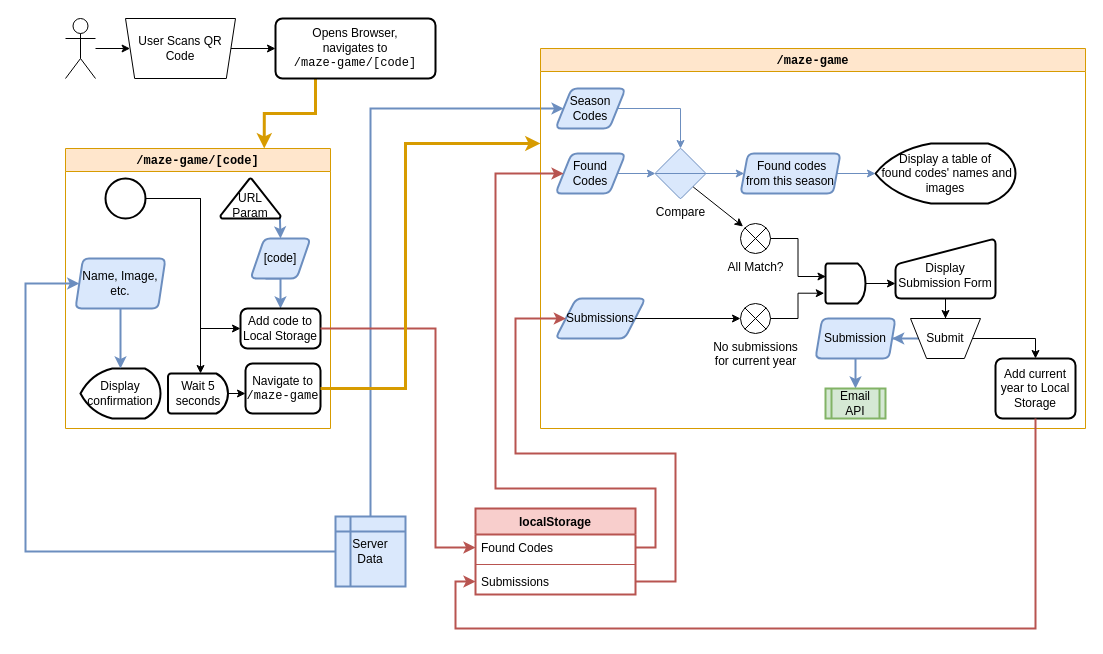
This is maze-game.drawio from macglencoe/diagrams, a draw.io file, before an edit. Source tidied: cells renumbered, new cells numbered last; positions are measured from the earlier drawing's top-left corner, leaving out a move shared by most shapes. Both pictures are drawn from the tidied source at 100%, with x=0, y=0 at pixel (25, 18).
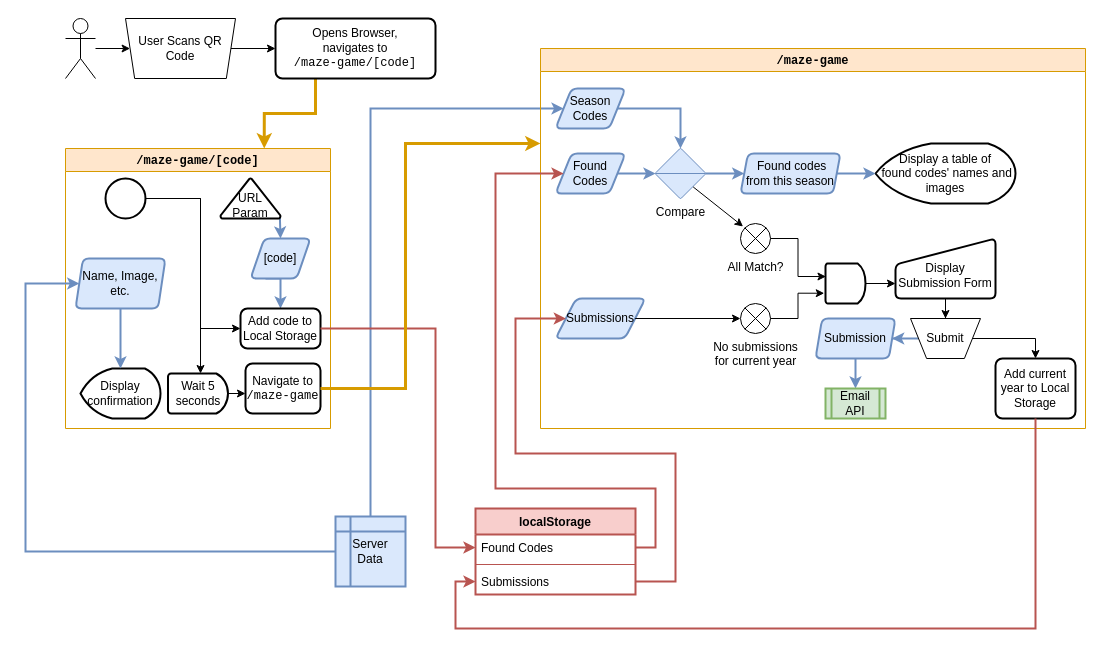
The same diagram, later.

Unchanged cells that the change refers to:
```xml
<mxCell id="30" value="&lt;font face=&quot;Courier New&quot;&gt;/maze-game&lt;/font&gt;" style="swimlane;whiteSpace=wrap;html=1;fillColor=#ffe6cc;strokeColor=#d79b00;" parent="1" vertex="1">
  <mxGeometry x="515" y="30" width="545" height="380" as="geometry" />
</mxCell>
<mxCell id="31" value="Season Codes" style="shape=parallelogram;html=1;strokeWidth=2;perimeter=parallelogramPerimeter;whiteSpace=wrap;rounded=1;arcSize=12;size=0.23;fillColor=#dae8fc;strokeColor=#6c8ebf;" parent="30" vertex="1">
  <mxGeometry x="15" y="40" width="70" height="40" as="geometry" />
</mxCell>
<mxCell id="32" value="Found Codes" style="shape=parallelogram;html=1;strokeWidth=2;perimeter=parallelogramPerimeter;whiteSpace=wrap;rounded=1;arcSize=12;size=0.23;fillColor=#dae8fc;strokeColor=#6c8ebf;" parent="30" vertex="1">
  <mxGeometry x="15" y="105" width="70" height="40" as="geometry" />
</mxCell>
<mxCell id="34" value="Compare" style="verticalLabelPosition=bottom;verticalAlign=top;html=1;shape=mxgraph.flowchart.sort;fillColor=#dae8fc;strokeColor=#6c8ebf;" parent="30" vertex="1">
  <mxGeometry x="115" y="100" width="50" height="50" as="geometry" />
</mxCell>
<mxCell id="37" value="&amp;nbsp;Found codes from this season" style="shape=parallelogram;html=1;strokeWidth=2;perimeter=parallelogramPerimeter;whiteSpace=wrap;rounded=1;arcSize=12;size=0.07500000000000001;fillColor=#dae8fc;strokeColor=#6c8ebf;" parent="30" vertex="1">
  <mxGeometry x="200" y="105" width="100" height="40" as="geometry" />
</mxCell>
<mxCell id="38" value="Display a table of&lt;div&gt;&amp;nbsp;found codes' names and images&lt;/div&gt;" style="strokeWidth=2;html=1;shape=mxgraph.flowchart.display;whiteSpace=wrap;" parent="30" vertex="1">
  <mxGeometry x="335" y="95" width="140" height="60" as="geometry" />
</mxCell>
```

The edit, as a diff of the source:
```diff
@@
-<mxGraphModel>
+<mxGraphModel background="#ffffff">
@@
-    <mxCell id="33" style="edgeStyle=orthogonalEdgeStyle;rounded=0;jettySize=auto;html=1;entryX=0;entryY=0.5;entryDx=0;entryDy=0;fillColor=#dae8fc;strokeColor=#6c8ebf;" parent="30" edge="1" source="34" target="37">
+    <mxCell id="33" style="edgeStyle=orthogonalEdgeStyle;rounded=0;jettySize=auto;html=1;entryX=0;entryY=0.5;entryDx=0;entryDy=0;fillColor=#dae8fc;strokeColor=#6c8ebf;strokeWidth=2;" parent="30" edge="1" source="34" target="37">
       <mxGeometry relative="1" as="geometry" />
     </mxCell>
@@
-    <mxCell id="35" style="edgeStyle=orthogonalEdgeStyle;rounded=0;jettySize=auto;html=1;entryX=0.5;entryY=0;entryDx=0;entryDy=0;entryPerimeter=0;fillColor=#dae8fc;strokeColor=#6c8ebf;" parent="30" edge="1" source="31" target="34">
+    <mxCell id="35" style="edgeStyle=orthogonalEdgeStyle;rounded=0;jettySize=auto;html=1;entryX=0.5;entryY=0;entryDx=0;entryDy=0;entryPerimeter=0;fillColor=#dae8fc;strokeColor=#6c8ebf;strokeWidth=2;" parent="30" edge="1" source="31" target="34">
       <mxGeometry relative="1" as="geometry" />
     </mxCell>
-    <mxCell id="36" style="edgeStyle=orthogonalEdgeStyle;rounded=0;jettySize=auto;html=1;entryX=0;entryY=0.5;entryDx=0;entryDy=0;entryPerimeter=0;fillColor=#dae8fc;strokeColor=#6c8ebf;" parent="30" edge="1" source="32" target="34">
+    <mxCell id="36" style="edgeStyle=orthogonalEdgeStyle;rounded=0;jettySize=auto;html=1;entryX=0;entryY=0.5;entryDx=0;entryDy=0;entryPerimeter=0;fillColor=#dae8fc;strokeColor=#6c8ebf;strokeWidth=2;" parent="30" edge="1" source="32" target="34">
       <mxGeometry relative="1" as="geometry" />
     </mxCell>
@@
-    <mxCell id="39" style="edgeStyle=orthogonalEdgeStyle;rounded=0;jettySize=auto;html=1;entryX=0;entryY=0.5;entryDx=0;entryDy=0;entryPerimeter=0;fillColor=#dae8fc;strokeColor=#6c8ebf;" parent="30" edge="1" source="37" target="38">
+    <mxCell id="39" style="edgeStyle=orthogonalEdgeStyle;rounded=0;jettySize=auto;html=1;entryX=0;entryY=0.5;entryDx=0;entryDy=0;entryPerimeter=0;fillColor=#dae8fc;strokeColor=#6c8ebf;strokeWidth=2;" parent="30" edge="1" source="37" target="38">
       <mxGeometry relative="1" as="geometry" />
     </mxCell>
```
